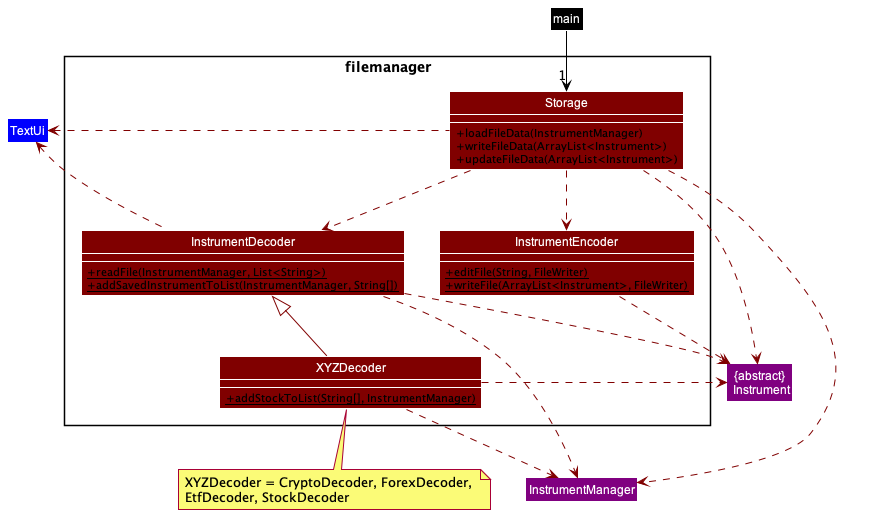
The PlantUML diagram docs/images/FileManagerDiagram.png in williamlamjy/mTracker, before a commit.
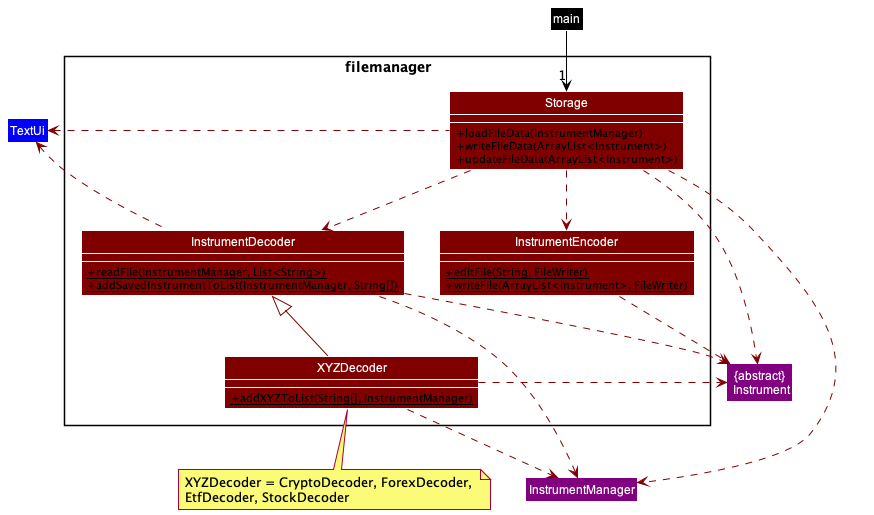
Later version of the same file.

What changed in the source:
```diff
@@ -18,7 +18,7 @@
      + {static} writeFile(ArrayList<Instrument>, FileWriter)
      }
      Class XYZDecoder COLOR_STORAGE {
-     + {static} addStockToList(String[], InstrumentManager)
+     + {static} addXYZToList(String[], InstrumentManager)
      }
 
 }
```
